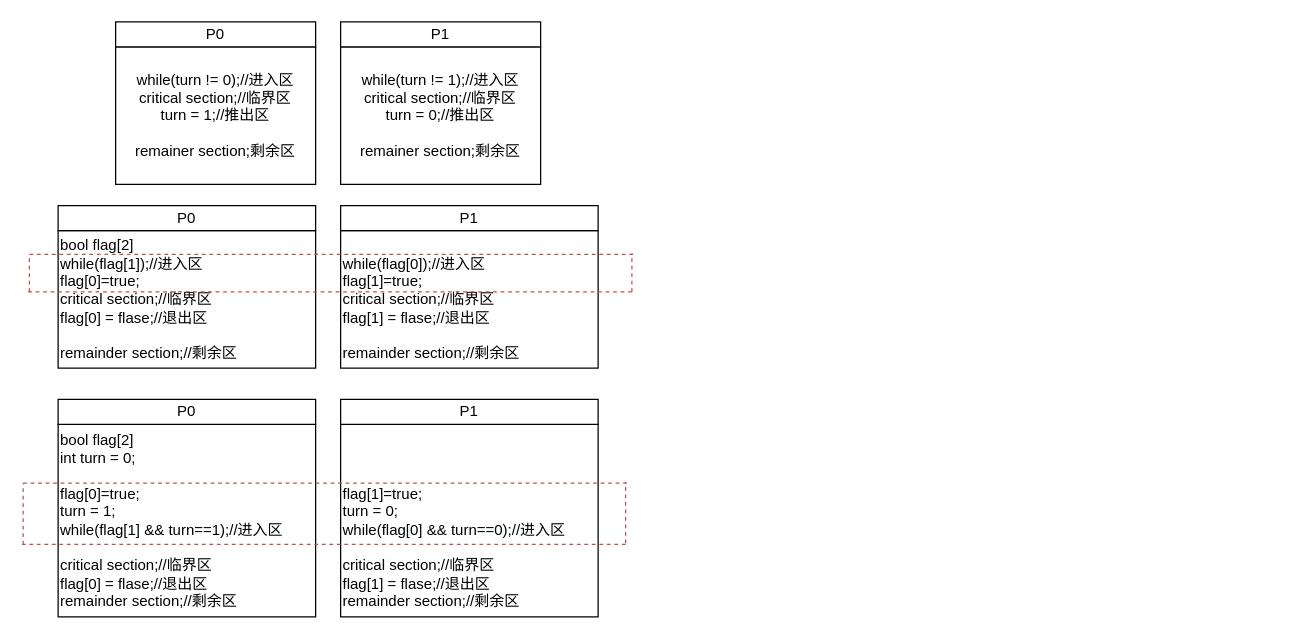
This is 进程同步之互斥实现.drawio from minhuomin/minhuomin.github, a draw.io file, before an edit. Source tidied: cells renumbered, new cells numbered last; positions are measured from the earlier drawing's top-left corner, leaving out a move shared by most shapes. Both pictures are drawn from the tidied source at 125%, with x=0, y=0 at pixel (21, 21).
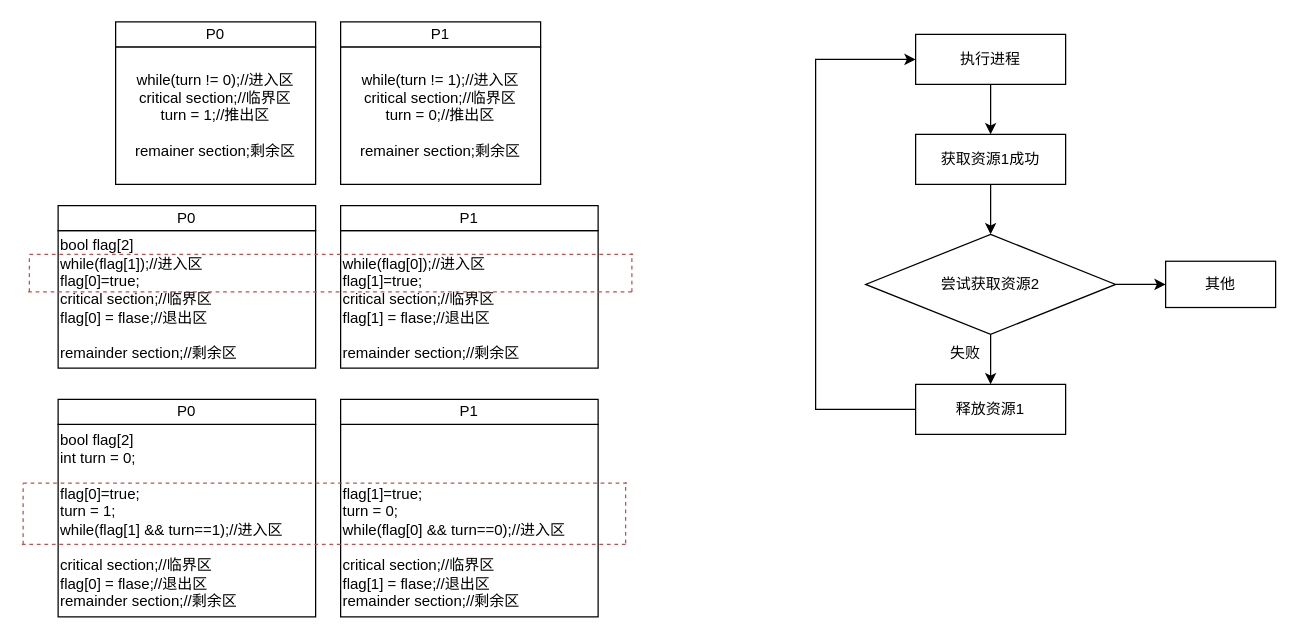
The same page after the edit.

Commit message:
更新进程同步之互斥实现.drawio

What changed in the source:
```diff
@@
+    <mxCell id="22" value="获取资源1成功" style="rounded=0;whiteSpace=wrap;html=1;" parent="1" vertex="1">
+      <mxGeometry x="715" y="90" width="120" height="40" as="geometry" />
+    </mxCell>
+    <mxCell id="23" value="尝试获取资源2" style="rhombus;whiteSpace=wrap;html=1;" parent="1" vertex="1">
+      <mxGeometry x="675" y="170" width="200" height="80" as="geometry" />
+    </mxCell>
+    <mxCell id="24" style="endArrow=classic;html=1;rounded=0;exitX=0.5;exitY=1;exitDx=0;exitDy=0;entryX=0.5;entryY=0;entryDx=0;entryDy=0;" parent="1" edge="1" source="22" target="23">
+      <mxGeometry relative="1" as="geometry" />
+    </mxCell>
+    <mxCell id="25" value="失败" style="text;html=1;strokeColor=none;fillColor=none;align=center;verticalAlign=middle;whiteSpace=wrap;rounded=0;" parent="1" vertex="1">
+      <mxGeometry x="725" y="250" width="60" height="30" as="geometry" />
+    </mxCell>
+    <mxCell id="26" style="endArrow=classic;html=1;rounded=0;exitX=0.5;exitY=1;exitDx=0;exitDy=0;entryX=0.5;entryY=0;entryDx=0;entryDy=0;entryPerimeter=0;" parent="1" edge="1" source="23" target="27">
+      <mxGeometry relative="1" as="geometry" />
+    </mxCell>
+    <mxCell id="27" value="释放资源1" style="rounded=0;whiteSpace=wrap;html=1;" parent="1" vertex="1">
+      <mxGeometry x="715" y="290" width="120" height="40" as="geometry" />
+    </mxCell>
+    <mxCell id="28" value="执行进程" style="rounded=0;whiteSpace=wrap;html=1;" parent="1" vertex="1">
+      <mxGeometry x="715" y="10" width="120" height="40" as="geometry" />
+    </mxCell>
+    <mxCell id="29" style="endArrow=classic;html=1;rounded=0;exitX=0.5;exitY=1;exitDx=0;exitDy=0;entryX=0.5;entryY=0;entryDx=0;entryDy=0;" parent="1" edge="1" source="28" target="22">
+      <mxGeometry relative="1" as="geometry" />
+    </mxCell>
+    <mxCell id="30" style="endArrow=classic;html=1;rounded=0;exitX=0;exitY=0.5;exitDx=0;exitDy=0;entryX=0;entryY=0.5;entryDx=0;entryDy=0;fontColor=default;labelBackgroundColor=default;strokeColor=default;" parent="1" edge="1" source="27" target="28">
+      <mxGeometry relative="1" as="geometry">
+        <Array as="points">
+          <mxPoint x="635" y="310" />
+          <mxPoint x="635" y="30" />
+        </Array>
+      </mxGeometry>
+    </mxCell>
+    <mxCell id="31" style="endArrow=classic;html=1;rounded=0;labelBackgroundColor=default;strokeColor=default;fontColor=default;exitX=1;exitY=0.5;exitDx=0;exitDy=0;entryX=0;entryY=0.5;entryDx=0;entryDy=0;" parent="1" edge="1" source="23" target="32">
+      <mxGeometry relative="1" as="geometry" />
+    </mxCell>
+    <mxCell id="32" value="其他" style="rounded=0;whiteSpace=wrap;html=1;fontColor=default;fillColor=default;" parent="1" vertex="1">
+      <mxGeometry x="915" y="191.5" width="88" height="37" as="geometry" />
+    </mxCell>
```
